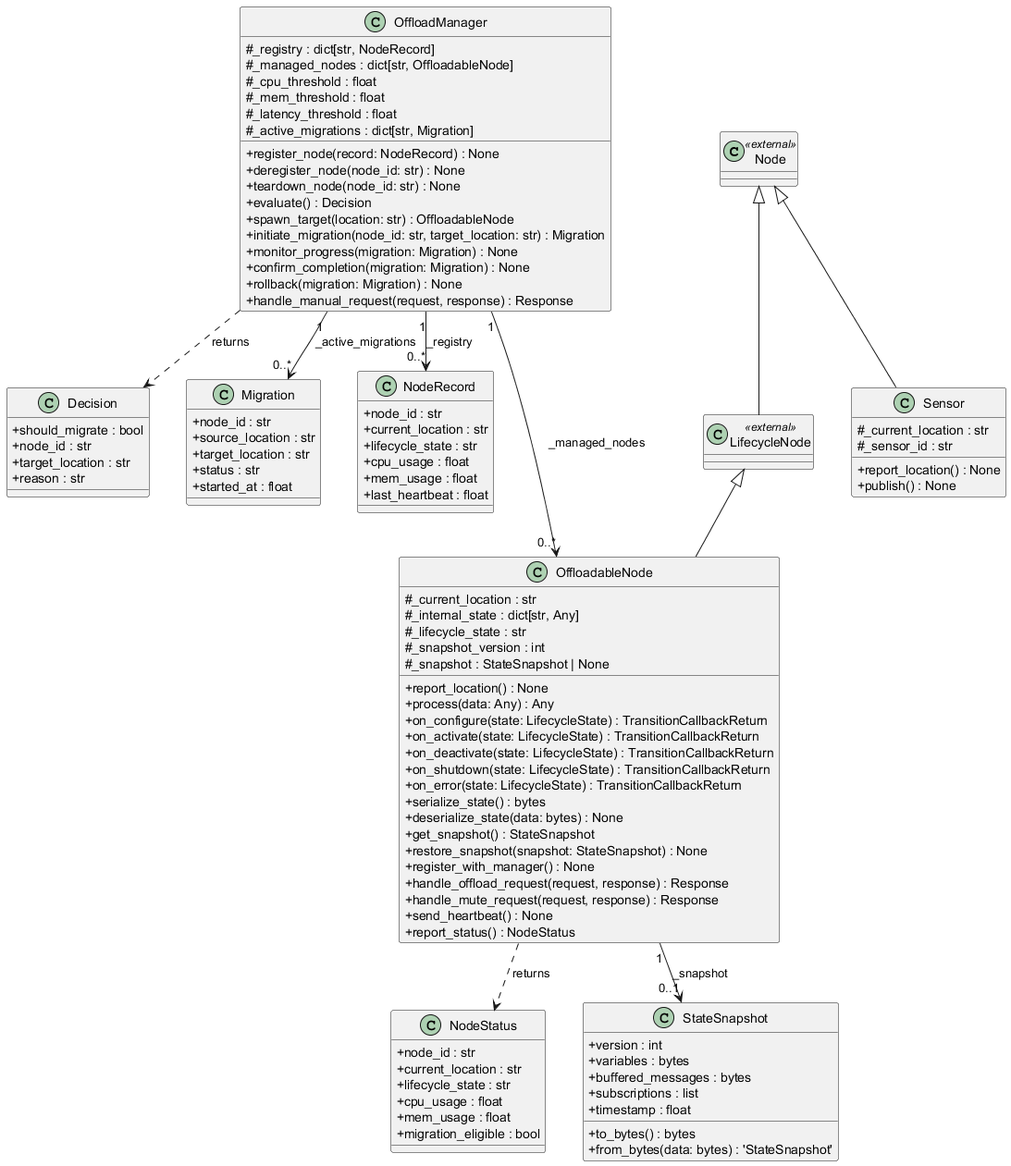
The PlantUML diagram diagrams/classes_task_offloading.png in tridibbanik17/Task_Offloading_Initial_Architecture, before a commit.
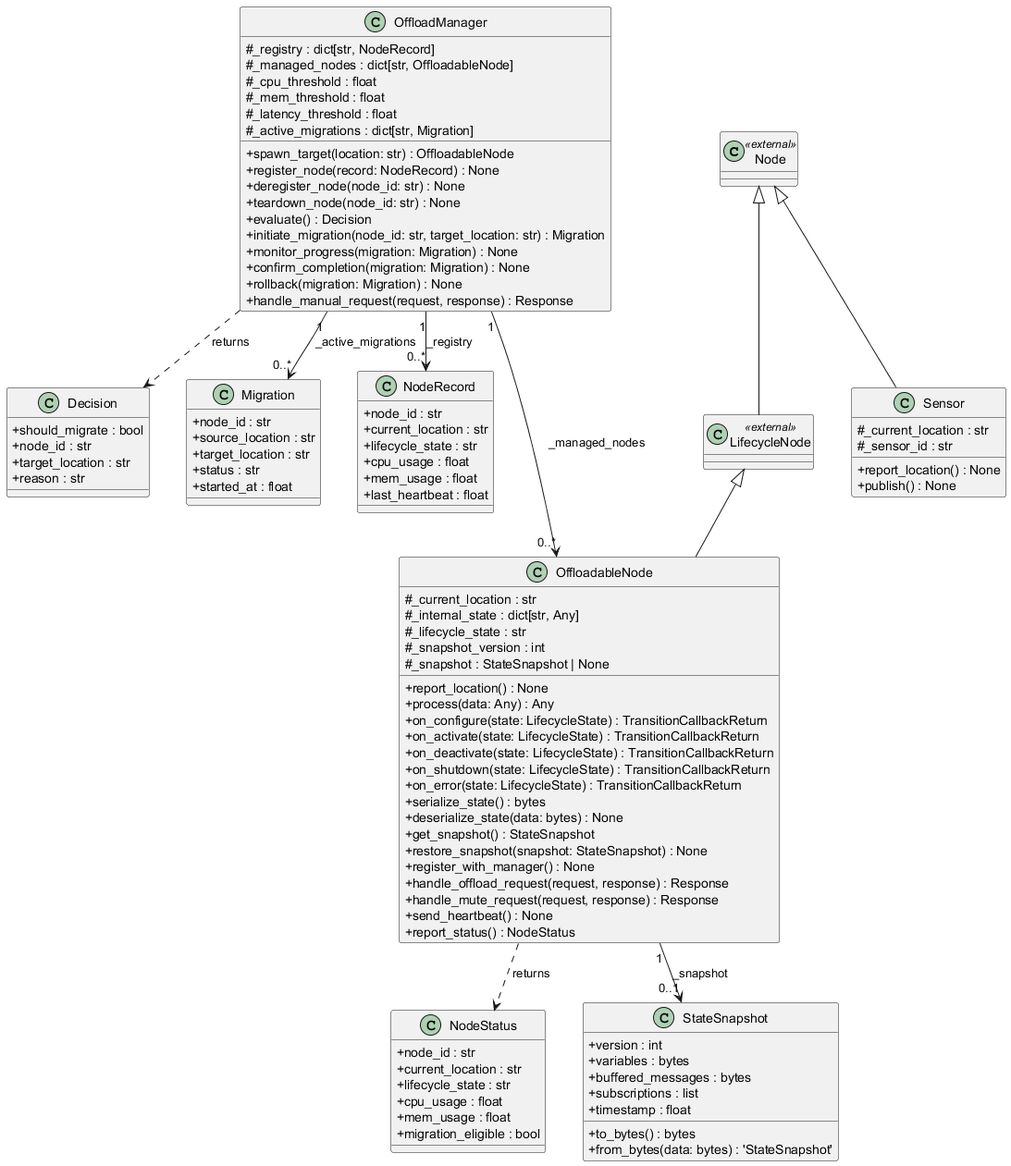
After the commit.

Commit message:
Reorder OffloadManager: spawn_target() first (creation); remove Images/ from repo

What changed in the source:
```diff
@@ -60,11 +60,11 @@
   # _mem_threshold : float
   # _latency_threshold : float
   # _active_migrations : dict[str, Migration]
+  + spawn_target(location: str) : OffloadableNode
   + register_node(record: NodeRecord) : None
   + deregister_node(node_id: str) : None
   + teardown_node(node_id: str) : None
   + evaluate() : Decision
-  + spawn_target(location: str) : OffloadableNode
   + initiate_migration(node_id: str, target_location: str) : Migration
   + monitor_progress(migration: Migration) : None
   + confirm_completion(migration: Migration) : None
```
